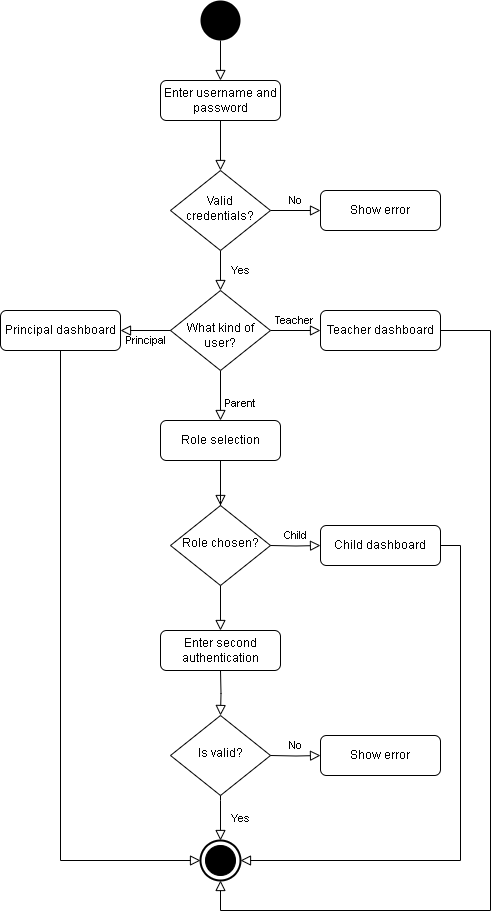
This is Activity-diagrams/activity-diagram-log-in.drawio.png from LeandroBakollari/learning-platform, a draw.io export, as it was before one commit. Source tidied: cells renumbered, new cells last; positions are measured from the earlier drawing's top-left corner, leaving out a move shared by most shapes.
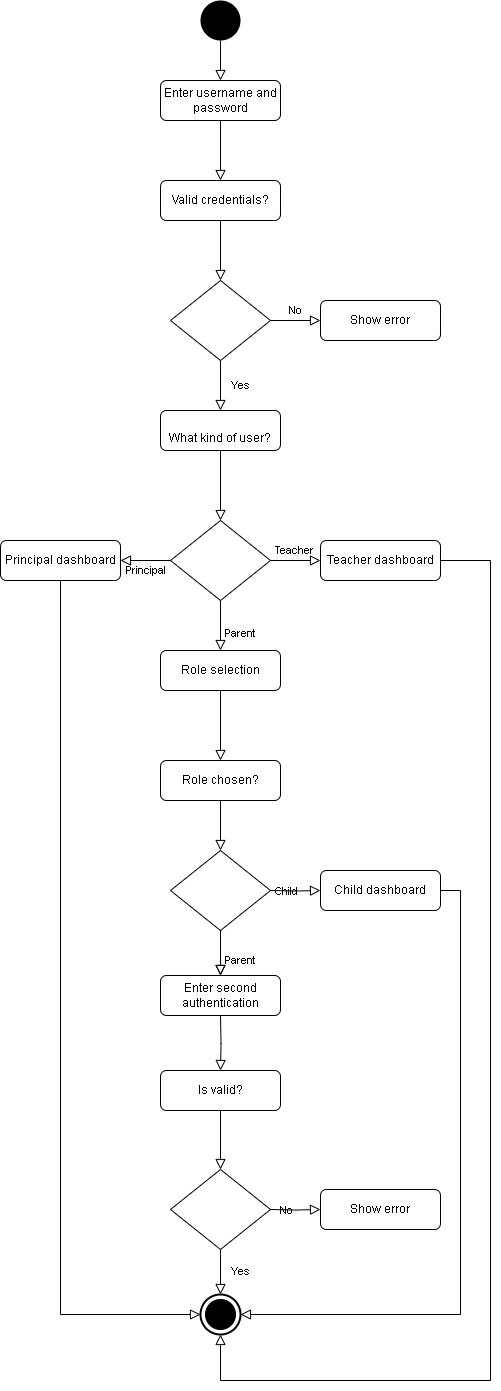
After the change.

Change to the diagram source:
```diff
@@ -2,23 +2,23 @@
   <root>
     <mxCell id="0" />
     <mxCell id="1" parent="0" />
-    <mxCell id="2" style="rounded=0;html=1;jettySize=auto;fontSize=11;endArrow=block;endFill=0;endSize=8;strokeWidth=1;shadow=0;labelBackgroundColor=none;edgeStyle=orthogonalEdgeStyle;" parent="1" edge="1" source="3" target="6">
+    <mxCell id="2" style="rounded=0;html=1;jettySize=auto;fontSize=11;endArrow=block;endFill=0;endSize=8;strokeWidth=1;shadow=0;labelBackgroundColor=none;edgeStyle=orthogonalEdgeStyle;" parent="1" edge="1" source="3" target="36">
       <mxGeometry relative="1" as="geometry" />
     </mxCell>
     <mxCell id="3" value="Enter username and password" style="rounded=1;whiteSpace=wrap;html=1;fontSize=12;glass=0;strokeWidth=1;shadow=0;" parent="1" vertex="1">
       <mxGeometry x="160" y="80" width="120" height="40" as="geometry" />
     </mxCell>
-    <mxCell id="4" value="Yes" style="rounded=0;html=1;jettySize=auto;fontSize=11;endArrow=block;endFill=0;endSize=8;strokeWidth=1;shadow=0;labelBackgroundColor=none;edgeStyle=orthogonalEdgeStyle;" parent="1" edge="1" source="6" target="10">
+    <mxCell id="4" value="Yes" style="rounded=0;html=1;jettySize=auto;fontSize=11;endArrow=block;endFill=0;endSize=8;strokeWidth=1;shadow=0;labelBackgroundColor=none;edgeStyle=orthogonalEdgeStyle;" parent="1" edge="1" source="6" target="38">
       <mxGeometry y="20" relative="1" as="geometry" />
     </mxCell>
     <mxCell id="5" value="No" style="edgeStyle=orthogonalEdgeStyle;rounded=0;html=1;jettySize=auto;fontSize=11;endArrow=block;endFill=0;endSize=8;strokeWidth=1;shadow=0;labelBackgroundColor=none;" parent="1" edge="1" source="6" target="7">
       <mxGeometry y="10" relative="1" as="geometry" />
     </mxCell>
-    <mxCell id="6" value="Valid credentials?" style="rhombus;whiteSpace=wrap;html=1;shadow=0;fontFamily=Helvetica;fontSize=12;align=center;strokeWidth=1;spacing=6;spacingTop=-4;" parent="1" vertex="1">
-      <mxGeometry x="170" y="170" width="100" height="80" as="geometry" />
+    <mxCell id="6" style="rhombus;whiteSpace=wrap;html=1;shadow=0;fontFamily=Helvetica;fontSize=12;align=center;strokeWidth=1;spacing=6;spacingTop=-4;" parent="1" vertex="1">
+      <mxGeometry x="170" y="280" width="100" height="80" as="geometry" />
     </mxCell>
     <mxCell id="7" value="Show error" style="rounded=1;whiteSpace=wrap;html=1;fontSize=12;glass=0;strokeWidth=1;shadow=0;" parent="1" vertex="1">
-      <mxGeometry x="320" y="190" width="120" height="40" as="geometry" />
+      <mxGeometry x="320" y="300" width="120" height="40" as="geometry" />
     </mxCell>
     <mxCell id="8" value="Parent" style="rounded=0;html=1;jettySize=auto;fontSize=11;endArrow=block;endFill=0;endSize=8;strokeWidth=1;shadow=0;labelBackgroundColor=none;edgeStyle=orthogonalEdgeStyle;" parent="1" edge="1" source="10" target="12">
       <mxGeometry x="0.33" y="20" relative="1" as="geometry" />
@@ -26,82 +26,77 @@
     <mxCell id="9" value="Teacher&amp;nbsp;" style="edgeStyle=orthogonalEdgeStyle;rounded=0;html=1;jettySize=auto;fontSize=11;endArrow=block;endFill=0;endSize=8;strokeWidth=1;shadow=0;labelBackgroundColor=none;" parent="1" edge="1" source="10" target="13">
       <mxGeometry y="10" relative="1" as="geometry" />
     </mxCell>
-    <mxCell id="10" value="&lt;div&gt;&lt;br&gt;&lt;/div&gt;What kind of user?" style="rhombus;whiteSpace=wrap;html=1;shadow=0;fontFamily=Helvetica;fontSize=12;align=center;strokeWidth=1;spacing=6;spacingTop=-4;" parent="1" vertex="1">
-      <mxGeometry x="170" y="290" width="100" height="80" as="geometry" />
+    <mxCell id="10" style="rhombus;whiteSpace=wrap;html=1;shadow=0;fontFamily=Helvetica;fontSize=12;align=center;strokeWidth=1;spacing=6;spacingTop=-4;" parent="1" vertex="1">
+      <mxGeometry x="170" y="520" width="100" height="80" as="geometry" />
     </mxCell>
-    <mxCell id="11" style="edgeStyle=orthogonalEdgeStyle;rounded=0;jettySize=auto;html=1;" parent="1" edge="1" source="12">
-      <mxGeometry relative="1" as="geometry">
-        <mxPoint x="220" y="540" as="targetPoint" />
-      </mxGeometry>
-    </mxCell>
     <mxCell id="12" value="Role selection" style="rounded=1;whiteSpace=wrap;html=1;fontSize=12;glass=0;strokeWidth=1;shadow=0;" parent="1" vertex="1">
-      <mxGeometry x="160" y="420" width="120" height="40" as="geometry" />
+      <mxGeometry x="160" y="650" width="120" height="40" as="geometry" />
     </mxCell>
     <mxCell id="13" value="Teacher dashboard" style="rounded=1;whiteSpace=wrap;html=1;fontSize=12;glass=0;strokeWidth=1;shadow=0;" parent="1" vertex="1">
-      <mxGeometry x="320" y="310" width="120" height="40" as="geometry" />
+      <mxGeometry x="320" y="540" width="120" height="40" as="geometry" />
     </mxCell>
     <mxCell id="14" value="Principal" style="edgeStyle=orthogonalEdgeStyle;rounded=0;html=1;jettySize=auto;fontSize=11;endArrow=block;endFill=0;endSize=8;strokeWidth=1;shadow=0;labelBackgroundColor=none;" parent="1" edge="1" source="10" target="15">
       <mxGeometry y="10" relative="1" as="geometry" />
     </mxCell>
     <mxCell id="15" value="Principal dashboard" style="rounded=1;whiteSpace=wrap;html=1;fontSize=12;glass=0;strokeWidth=1;shadow=0;" parent="1" vertex="1">
-      <mxGeometry y="310" width="120" height="40" as="geometry" />
+      <mxGeometry y="540" width="120" height="40" as="geometry" />
     </mxCell>
-    <mxCell id="16" value="&lt;div&gt;Role chosen?&lt;/div&gt;" style="rhombus;whiteSpace=wrap;html=1;shadow=0;fontFamily=Helvetica;fontSize=12;align=center;strokeWidth=1;spacing=6;spacingTop=-4;" parent="1" vertex="1">
-      <mxGeometry x="170" y="505" width="100" height="80" as="geometry" />
+    <mxCell id="16" style="rhombus;whiteSpace=wrap;html=1;shadow=0;fontFamily=Helvetica;fontSize=12;align=center;strokeWidth=1;spacing=6;spacingTop=-4;" parent="1" vertex="1">
+      <mxGeometry x="170" y="850" width="100" height="80" as="geometry" />
     </mxCell>
-    <mxCell id="17" style="rounded=0;html=1;jettySize=auto;fontSize=11;endArrow=block;endFill=0;endSize=8;strokeWidth=1;shadow=0;labelBackgroundColor=none;edgeStyle=orthogonalEdgeStyle;entryX=0.5;entryY=0;entryDx=0;entryDy=0;" parent="1" edge="1" source="12" target="16">
+    <mxCell id="17" style="rounded=0;html=1;jettySize=auto;fontSize=11;endArrow=block;endFill=0;endSize=8;strokeWidth=1;shadow=0;labelBackgroundColor=none;edgeStyle=orthogonalEdgeStyle;" parent="1" edge="1" source="12" target="40">
       <mxGeometry x="0.33" y="20" relative="1" as="geometry" />
     </mxCell>
     <mxCell id="18" style="rounded=0;html=1;jettySize=auto;fontSize=11;endArrow=block;endFill=0;endSize=8;strokeWidth=1;shadow=0;labelBackgroundColor=none;edgeStyle=orthogonalEdgeStyle;entryX=0.5;entryY=1;entryDx=0;entryDy=0;entryPerimeter=0;" parent="1" edge="1" source="13" target="31">
       <mxGeometry x="0.33" y="20" relative="1" as="geometry">
         <Array as="points">
-          <mxPoint x="490" y="330" />
-          <mxPoint x="490" y="910" />
-          <mxPoint x="220" y="910" />
+          <mxPoint x="490" y="560" />
+          <mxPoint x="490" y="1380" />
+          <mxPoint x="220" y="1380" />
         </Array>
       </mxGeometry>
     </mxCell>
     <mxCell id="19" value="Child" style="edgeStyle=orthogonalEdgeStyle;rounded=0;html=1;jettySize=auto;fontSize=11;endArrow=block;endFill=0;endSize=8;strokeWidth=1;shadow=0;labelBackgroundColor=none;" parent="1" edge="1" target="20">
       <mxGeometry y="10" relative="1" as="geometry">
-        <mxPoint x="270" y="545" as="sourcePoint" />
+        <mxPoint x="270" y="890" as="sourcePoint" />
       </mxGeometry>
     </mxCell>
     <mxCell id="20" value="Child dashboard" style="rounded=1;whiteSpace=wrap;html=1;fontSize=12;glass=0;strokeWidth=1;shadow=0;" parent="1" vertex="1">
-      <mxGeometry x="320" y="525" width="120" height="40" as="geometry" />
+      <mxGeometry x="320" y="870" width="120" height="40" as="geometry" />
     </mxCell>
     <mxCell id="21" style="rounded=0;html=1;jettySize=auto;fontSize=11;endArrow=block;endFill=0;endSize=8;strokeWidth=1;shadow=0;labelBackgroundColor=none;edgeStyle=orthogonalEdgeStyle;entryX=0.5;entryY=0;entryDx=0;entryDy=0;" parent="1" edge="1" source="16" target="22">
       <mxGeometry x="0.33" y="20" relative="1" as="geometry">
         <Array as="points">
-          <mxPoint x="220" y="580" />
-          <mxPoint x="220" y="580" />
+          <mxPoint x="220" y="925" />
+          <mxPoint x="220" y="925" />
         </Array>
       </mxGeometry>
     </mxCell>
     <mxCell id="22" value="Enter second authentication" style="rounded=1;whiteSpace=wrap;html=1;fontSize=12;glass=0;strokeWidth=1;shadow=0;" parent="1" vertex="1">
-      <mxGeometry x="160" y="630" width="120" height="40" as="geometry" />
+      <mxGeometry x="160" y="975" width="120" height="40" as="geometry" />
     </mxCell>
-    <mxCell id="23" value="&lt;div&gt;Is valid?&lt;/div&gt;" style="rhombus;whiteSpace=wrap;html=1;shadow=0;fontFamily=Helvetica;fontSize=12;align=center;strokeWidth=1;spacing=6;spacingTop=-4;" parent="1" vertex="1">
-      <mxGeometry x="170" y="715" width="100" height="80" as="geometry" />
+    <mxCell id="23" style="rhombus;whiteSpace=wrap;html=1;shadow=0;fontFamily=Helvetica;fontSize=12;align=center;strokeWidth=1;spacing=6;spacingTop=-4;" parent="1" vertex="1">
+      <mxGeometry x="170" y="1169" width="100" height="80" as="geometry" />
     </mxCell>
-    <mxCell id="24" style="rounded=0;html=1;jettySize=auto;fontSize=11;endArrow=block;endFill=0;endSize=8;strokeWidth=1;shadow=0;labelBackgroundColor=none;edgeStyle=orthogonalEdgeStyle;entryX=0.5;entryY=0;entryDx=0;entryDy=0;" parent="1" edge="1" target="23">
+    <mxCell id="24" style="rounded=0;html=1;jettySize=auto;fontSize=11;endArrow=block;endFill=0;endSize=8;strokeWidth=1;shadow=0;labelBackgroundColor=none;edgeStyle=orthogonalEdgeStyle;" parent="1" edge="1" target="42">
       <mxGeometry x="0.33" y="20" relative="1" as="geometry">
-        <mxPoint x="220" y="670" as="sourcePoint" />
+        <mxPoint x="220" y="1015" as="sourcePoint" />
       </mxGeometry>
     </mxCell>
     <mxCell id="25" value="No" style="edgeStyle=orthogonalEdgeStyle;rounded=0;html=1;jettySize=auto;fontSize=11;endArrow=block;endFill=0;endSize=8;strokeWidth=1;shadow=0;labelBackgroundColor=none;" parent="1" edge="1" target="26">
       <mxGeometry y="10" relative="1" as="geometry">
-        <mxPoint x="270" y="755" as="sourcePoint" />
+        <mxPoint x="270" y="1209" as="sourcePoint" />
       </mxGeometry>
     </mxCell>
     <mxCell id="26" value="Show error" style="rounded=1;whiteSpace=wrap;html=1;fontSize=12;glass=0;strokeWidth=1;shadow=0;" parent="1" vertex="1">
-      <mxGeometry x="320" y="735" width="120" height="40" as="geometry" />
+      <mxGeometry x="320" y="1189" width="120" height="40" as="geometry" />
     </mxCell>
     <mxCell id="27" value="Yes" style="rounded=0;html=1;jettySize=auto;fontSize=11;endArrow=block;endFill=0;endSize=8;strokeWidth=1;shadow=0;labelBackgroundColor=none;edgeStyle=orthogonalEdgeStyle;exitX=0.5;exitY=1;exitDx=0;exitDy=0;" parent="1" edge="1" source="23">
       <mxGeometry y="20" relative="1" as="geometry">
-        <mxPoint x="220" y="840" as="targetPoint" />
+        <mxPoint x="220" y="1294" as="targetPoint" />
         <Array as="points">
-          <mxPoint x="220" y="800" />
-          <mxPoint x="220" y="800" />
+          <mxPoint x="220" y="1254" />
+          <mxPoint x="220" y="1254" />
         </Array>
       </mxGeometry>
     </mxCell>
@@ -112,7 +107,7 @@
       <mxGeometry relative="1" as="geometry" />
     </mxCell>
     <mxCell id="30" style="group;" parent="1" vertex="1">
-      <mxGeometry x="200" y="840" width="40" height="40" as="geometry" />
+      <mxGeometry x="200" y="1294" width="40" height="40" as="geometry" />
     </mxCell>
     <mxCell id="31" style="strokeWidth=2;html=1;shape=mxgraph.flowchart.start_2;whiteSpace=wrap;" parent="30" vertex="1">
       <mxGeometry width="40" height="40" as="geometry" />
@@ -123,17 +118,44 @@
     <mxCell id="33" style="rounded=0;html=1;jettySize=auto;fontSize=11;endArrow=block;endFill=0;endSize=8;strokeWidth=1;shadow=0;labelBackgroundColor=none;edgeStyle=orthogonalEdgeStyle;entryX=0;entryY=0.5;entryDx=0;entryDy=0;entryPerimeter=0;" parent="1" edge="1" source="15" target="31">
       <mxGeometry x="0.33" y="20" relative="1" as="geometry">
         <Array as="points">
-          <mxPoint x="60" y="860" />
+          <mxPoint x="60" y="1314" />
         </Array>
       </mxGeometry>
     </mxCell>
     <mxCell id="34" style="rounded=0;html=1;jettySize=auto;fontSize=11;endArrow=block;endFill=0;endSize=8;strokeWidth=1;shadow=0;labelBackgroundColor=none;edgeStyle=orthogonalEdgeStyle;entryX=1;entryY=0.5;entryDx=0;entryDy=0;entryPerimeter=0;" parent="1" edge="1" source="20" target="31">
       <mxGeometry x="0.33" y="20" relative="1" as="geometry">
         <Array as="points">
-          <mxPoint x="460" y="545" />
-          <mxPoint x="460" y="860" />
+          <mxPoint x="460" y="890" />
+          <mxPoint x="460" y="1314" />
         </Array>
       </mxGeometry>
     </mxCell>
+    <mxCell id="35" style="rounded=0;html=1;jettySize=auto;fontSize=11;endArrow=block;endFill=0;endSize=8;strokeWidth=1;shadow=0;labelBackgroundColor=none;edgeStyle=orthogonalEdgeStyle;" parent="1" edge="1" source="36" target="6">
+      <mxGeometry relative="1" as="geometry" />
+    </mxCell>
+    <mxCell id="36" value="Valid credentials?" style="rounded=1;whiteSpace=wrap;html=1;fontSize=12;glass=0;strokeWidth=1;shadow=0;" parent="1" vertex="1">
+      <mxGeometry x="160" y="180" width="120" height="40" as="geometry" />
+    </mxCell>
+    <mxCell id="37" style="rounded=0;html=1;jettySize=auto;fontSize=11;endArrow=block;endFill=0;endSize=8;strokeWidth=1;shadow=0;labelBackgroundColor=none;edgeStyle=orthogonalEdgeStyle;" parent="1" edge="1" source="38" target="10">
+      <mxGeometry relative="1" as="geometry" />
+    </mxCell>
+    <mxCell id="38" value="&lt;br&gt;&lt;div&gt;What kind of user?&lt;/div&gt;" style="rounded=1;whiteSpace=wrap;html=1;fontSize=12;glass=0;strokeWidth=1;shadow=0;" parent="1" vertex="1">
+      <mxGeometry x="160" y="410" width="120" height="40" as="geometry" />
+    </mxCell>
+    <mxCell id="39" style="rounded=0;html=1;jettySize=auto;fontSize=11;endArrow=block;endFill=0;endSize=8;strokeWidth=1;shadow=0;labelBackgroundColor=none;edgeStyle=orthogonalEdgeStyle;" parent="1" edge="1" source="40" target="16">
+      <mxGeometry relative="1" as="geometry" />
+    </mxCell>
+    <mxCell id="40" value="Role chosen?" style="rounded=1;whiteSpace=wrap;html=1;fontSize=12;glass=0;strokeWidth=1;shadow=0;" parent="1" vertex="1">
+      <mxGeometry x="160" y="760" width="120" height="40" as="geometry" />
+    </mxCell>
+    <mxCell id="41" style="rounded=0;html=1;jettySize=auto;fontSize=11;endArrow=block;endFill=0;endSize=8;strokeWidth=1;shadow=0;labelBackgroundColor=none;edgeStyle=orthogonalEdgeStyle;" parent="1" edge="1" source="42" target="23">
+      <mxGeometry relative="1" as="geometry" />
+    </mxCell>
+    <mxCell id="42" value="Is valid?" style="rounded=1;whiteSpace=wrap;html=1;fontSize=12;glass=0;strokeWidth=1;shadow=0;" parent="1" vertex="1">
+      <mxGeometry x="160" y="1070" width="120" height="40" as="geometry" />
+    </mxCell>
+    <mxCell id="43" value="Parent" style="rounded=0;html=1;jettySize=auto;fontSize=11;endArrow=block;endFill=0;endSize=8;strokeWidth=1;shadow=0;labelBackgroundColor=none;edgeStyle=orthogonalEdgeStyle;" parent="1" edge="1" source="16" target="22">
+      <mxGeometry x="0.33" y="20" relative="1" as="geometry" />
+    </mxCell>
   </root>
 </mxGraphModel>
```
